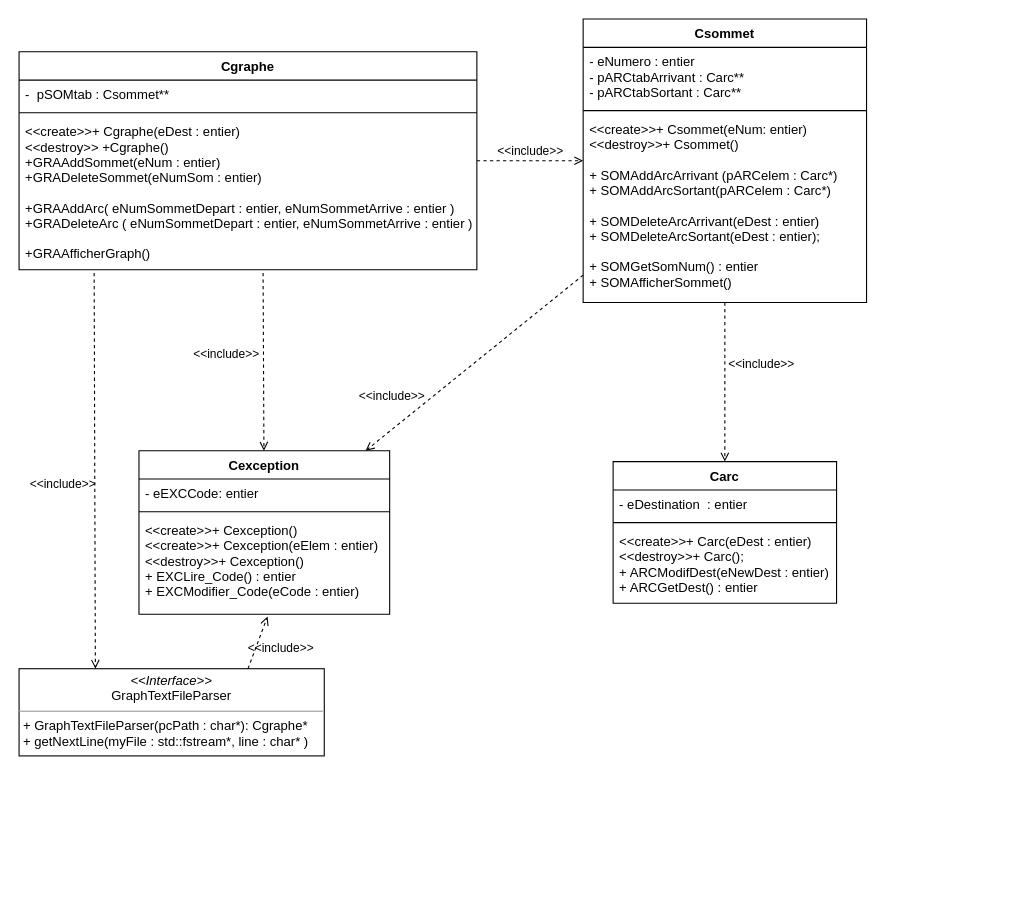
The draw.io diagram ClassDiagram.drawio in Banalian/ProjetTutCppGraphs, before the edit. Source tidied: cells renumbered, new cells numbered last; positions are measured from the earlier drawing's top-left corner, leaving out a move shared by most shapes. Both pictures are drawn from the tidied source at 109%, with x=0, y=0 at pixel (19, 19).
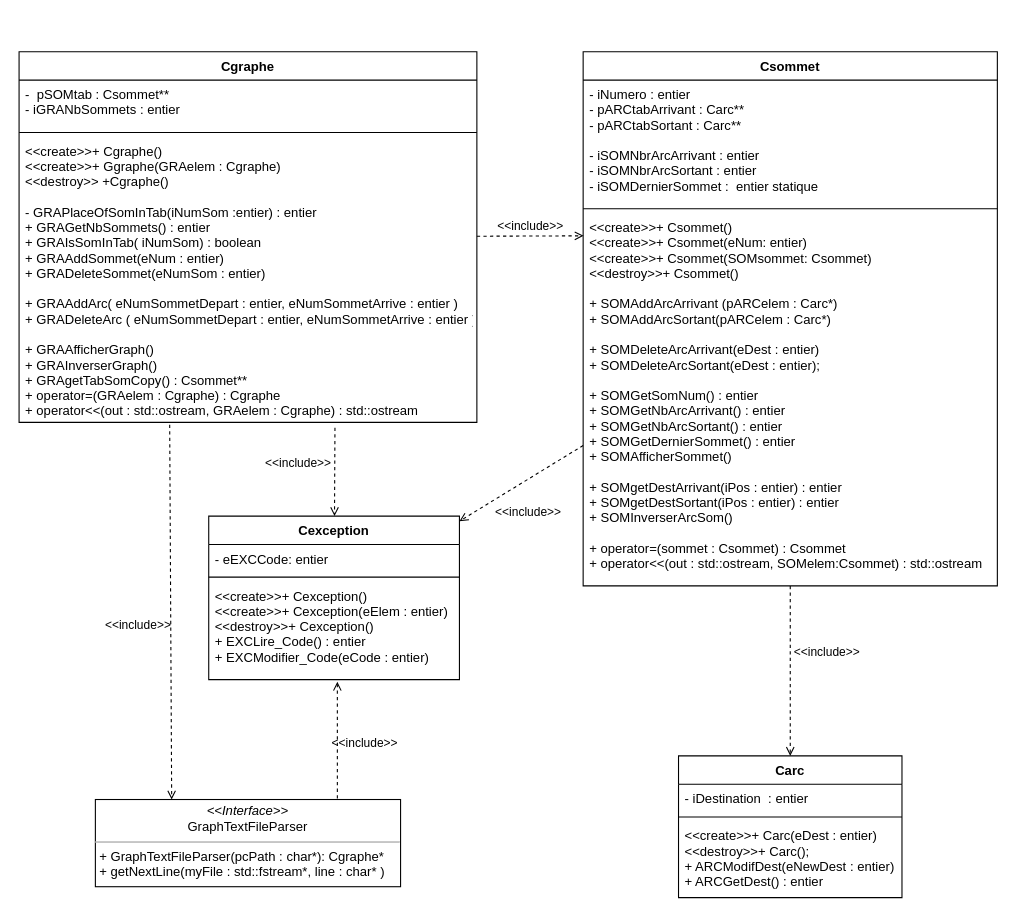
Above is the later version.

Unchanged cells that the change refers to:
```xml
<mxCell id="17" value="&lt;&lt;create&gt;&gt;+ Cexception()&#10;&lt;&lt;create&gt;&gt;+ Cexception(eElem : entier)&#10;&lt;&lt;destroy&gt;&gt;+ Cexception()&#10;+ EXCLire_Code() : entier&#10;+ EXCModifier_Code(eCode : entier)" style="text;strokeColor=none;fillColor=none;align=left;verticalAlign=top;spacingLeft=4;spacingRight=4;overflow=hidden;points=[[0,0.5],[1,0.5]];portConstraint=eastwest;" parent="14" vertex="1">
  <mxGeometry y="60" width="230" height="90" as="geometry" />
</mxCell>
```

The edit, as a diff of the source:
```diff
@@
     <mxCell id="2" value="Cgraphe" style="swimlane;fontStyle=1;align=center;verticalAlign=top;horizontal=1;startSize=26;" parent="1" vertex="1">
-      <mxGeometry y="30" width="420" height="200" as="geometry" />
+      <mxGeometry y="30" width="420" height="340" as="geometry" />
     </mxCell>
-    <mxCell id="3" value="-  pSOMtab : Csommet**" style="text;strokeColor=none;fillColor=none;align=left;verticalAlign=top;spacingLeft=4;spacingRight=4;overflow=hidden;" parent="2" vertex="1">
-      <mxGeometry y="26" width="420" height="26" as="geometry" />
+    <mxCell id="3" value="-  pSOMtab : Csommet**&#10;- iGRANbSommets : entier" style="text;strokeColor=none;fillColor=none;align=left;verticalAlign=top;spacingLeft=4;spacingRight=4;overflow=hidden;" parent="2" vertex="1">
+      <mxGeometry y="26" width="420" height="44" as="geometry" />
     </mxCell>
     <mxCell id="4" style="line;strokeWidth=1;fillColor=none;align=left;verticalAlign=middle;spacingTop=-1;spacingLeft=3;spacingRight=3;labelPosition=right;" parent="2" vertex="1">
-      <mxGeometry y="52" width="420" height="8" as="geometry" />
+      <mxGeometry y="70" width="420" height="8" as="geometry" />
     </mxCell>
-    <mxCell id="5" value="&lt;&lt;create&gt;&gt;+ Cgraphe(eDest : entier)&#10;&lt;&lt;destroy&gt;&gt; +Cgraphe()&#10;+GRAAddSommet(eNum : entier)&#10;+GRADeleteSommet(eNumSom : entier)&#10;&#10;+GRAAddArc( eNumSommetDepart : entier, eNumSommetArrive : entier )&#10;+GRADeleteArc ( eNumSommetDepart : entier, eNumSommetArrive : entier )&#10;&#10;+GRAAfficherGraph()" style="text;strokeColor=none;fillColor=none;align=left;verticalAlign=top;spacingLeft=4;spacingRight=4;overflow=hidden;points=[[0,0.5],[1,0.5]];portConstraint=eastwest;" parent="2" vertex="1">
-      <mxGeometry y="60" width="420" height="140" as="geometry" />
+    <mxCell id="5" value="&lt;&lt;create&gt;&gt;+ Cgraphe()&#10;&lt;&lt;create&gt;&gt;+ Ggraphe(GRAelem : Cgraphe)&#10;&lt;&lt;destroy&gt;&gt; +Cgraphe()&#10;&#10;- GRAPlaceOfSomInTab(iNumSom :entier) : entier&#10;+ GRAGetNbSommets() : entier&#10;+ GRAIsSomInTab( iNumSom) : boolean&#10;+ GRAAddSommet(eNum : entier)&#10;+ GRADeleteSommet(eNumSom : entier)&#10;&#10;+ GRAAddArc( eNumSommetDepart : entier, eNumSommetArrive : entier )&#10;+ GRADeleteArc ( eNumSommetDepart : entier, eNumSommetArrive : entier )&#10;&#10;+ GRAAfficherGraph()&#10;+ GRAInverserGraph()&#10;+ GRAgetTabSomCopy() : Csommet**&#10;+ operator=(GRAelem : Cgraphe) : Cgraphe&#10;+ operator&lt;&lt;(out : std::ostream, GRAelem : Cgraphe) : std::ostream" style="text;strokeColor=none;fillColor=none;align=left;verticalAlign=top;spacingLeft=4;spacingRight=4;overflow=hidden;points=[[0,0.5],[1,0.5]];portConstraint=eastwest;" parent="2" vertex="1">
+      <mxGeometry y="78" width="420" height="262" as="geometry" />
     </mxCell>
     <mxCell id="6" value="Csommet" style="swimlane;fontStyle=1;align=center;verticalAlign=top;horizontal=1;startSize=26;" parent="1" vertex="1">
-      <mxGeometry x="517.5" width="260" height="260" as="geometry" />
+      <mxGeometry x="517.5" y="30" width="380" height="490" as="geometry" />
     </mxCell>
-    <mxCell id="7" value="- eNumero : entier&#10;- pARCtabArrivant : Carc**&#10;- pARCtabSortant : Carc**" style="text;strokeColor=none;fillColor=none;align=left;verticalAlign=top;spacingLeft=4;spacingRight=4;overflow=hidden;" parent="6" vertex="1">
-      <mxGeometry y="26" width="260" height="54" as="geometry" />
+    <mxCell id="7" value="- iNumero : entier&#10;- pARCtabArrivant : Carc**&#10;- pARCtabSortant : Carc**&#10;&#10;- iSOMNbrArcArrivant : entier&#10;- iSOMNbrArcSortant : entier&#10;- iSOMDernierSommet :  entier statique" style="text;strokeColor=none;fillColor=none;align=left;verticalAlign=top;spacingLeft=4;spacingRight=4;overflow=hidden;" parent="6" vertex="1">
+      <mxGeometry y="26" width="380" height="114" as="geometry" />
     </mxCell>
     <mxCell id="8" style="line;strokeWidth=1;fillColor=none;align=left;verticalAlign=middle;spacingTop=-1;spacingLeft=3;spacingRight=3;labelPosition=right;" parent="6" vertex="1">
-      <mxGeometry y="80" width="260" height="8" as="geometry" />
+      <mxGeometry y="140" width="380" height="8" as="geometry" />
     </mxCell>
-    <mxCell id="9" value="&lt;&lt;create&gt;&gt;+ Csommet(eNum: entier)&#10;&lt;&lt;destroy&gt;&gt;+ Csommet()&#10;&#10;+ SOMAddArcArrivant (pARCelem : Carc*)&#10;+ SOMAddArcSortant(pARCelem : Carc*)&#10;&#10;+ SOMDeleteArcArrivant(eDest : entier)&#10;+ SOMDeleteArcSortant(eDest : entier);&#10;&#10;+ SOMGetSomNum() : entier&#10;+ SOMAfficherSommet()" style="text;strokeColor=none;fillColor=none;align=left;verticalAlign=top;spacingLeft=4;spacingRight=4;overflow=hidden;points=[[0,0.5],[1,0.5]];portConstraint=eastwest;" parent="6" vertex="1">
-      <mxGeometry y="88" width="260" height="172" as="geometry" />
+    <mxCell id="9" value="&lt;&lt;create&gt;&gt;+ Csommet()&#10;&lt;&lt;create&gt;&gt;+ Csommet(eNum: entier)&#10;&lt;&lt;create&gt;&gt;+ Csommet(SOMsommet: Csommet)&#10;&lt;&lt;destroy&gt;&gt;+ Csommet()&#10;&#10;+ SOMAddArcArrivant (pARCelem : Carc*)&#10;+ SOMAddArcSortant(pARCelem : Carc*)&#10;&#10;+ SOMDeleteArcArrivant(eDest : entier)&#10;+ SOMDeleteArcSortant(eDest : entier);&#10;&#10;+ SOMGetSomNum() : entier&#10;+ SOMGetNbArcArrivant() : entier&#10;+ SOMGetNbArcSortant() : entier&#10;+ SOMGetDernierSommet() : entier&#10;+ SOMAfficherSommet()&#10;&#10;+ SOMgetDestArrivant(iPos : entier) : entier&#10;+ SOMgetDestSortant(iPos : entier) : entier&#10;+ SOMInverserArcSom()&#10;&#10;+ operator=(sommet : Csommet) : Csommet&#10;+ operator&lt;&lt;(out : std::ostream, SOMelem:Csommet) : std::ostream" style="text;strokeColor=none;fillColor=none;align=left;verticalAlign=top;spacingLeft=4;spacingRight=4;overflow=hidden;points=[[0,0.5],[1,0.5]];portConstraint=eastwest;" parent="6" vertex="1">
+      <mxGeometry y="148" width="380" height="342" as="geometry" />
     </mxCell>
     <mxCell id="10" value="Carc" style="swimlane;fontStyle=1;align=center;verticalAlign=top;horizontal=1;startSize=26;" parent="1" vertex="1">
-      <mxGeometry x="545" y="406" width="205" height="130" as="geometry" />
+      <mxGeometry x="605" y="676" width="205" height="130" as="geometry" />
     </mxCell>
-    <mxCell id="11" value="- eDestination  : entier" style="text;strokeColor=none;fillColor=none;align=left;verticalAlign=top;spacingLeft=4;spacingRight=4;overflow=hidden;" parent="10" vertex="1">
+    <mxCell id="11" value="- iDestination  : entier" style="text;strokeColor=none;fillColor=none;align=left;verticalAlign=top;spacingLeft=4;spacingRight=4;overflow=hidden;" parent="10" vertex="1">
       <mxGeometry y="26" width="205" height="26" as="geometry" />
     </mxCell>
@@
     <mxCell id="14" value="Cexception" style="swimlane;fontStyle=1;align=center;verticalAlign=top;horizontal=1;startSize=26;" parent="1" vertex="1">
-      <mxGeometry x="110" y="396" width="230" height="150" as="geometry" />
+      <mxGeometry x="174" y="456" width="230" height="150" as="geometry" />
     </mxCell>
@@
     <mxCell id="18" value="&amp;lt;&amp;lt;include&amp;gt;&amp;gt;" style="html=1;verticalAlign=bottom;labelBackgroundColor=none;endArrow=open;endFill=0;dashed=1;" parent="1" edge="1" source="6" target="14">
-      <mxGeometry x="0.65" y="-17" relative="1" as="geometry" />
+      <mxGeometry x="0.19" y="33" relative="1" as="geometry" />
     </mxCell>
-    <mxCell id="19" value="&amp;lt;&amp;lt;include&amp;gt;&amp;gt;" style="html=1;verticalAlign=bottom;labelBackgroundColor=none;endArrow=open;endFill=0;dashed=1;exitX=0.533;exitY=1.021;exitDx=0;exitDy=0;exitPerimeter=0;" parent="1" edge="1" source="5" target="14">
+    <mxCell id="19" value="&amp;lt;&amp;lt;include&amp;gt;&amp;gt;" style="html=1;verticalAlign=bottom;labelBackgroundColor=none;endArrow=open;endFill=0;dashed=1;exitX=0.69;exitY=1.019;exitDx=0;exitDy=0;exitPerimeter=0;" parent="1" edge="1" source="5" target="14">
       <mxGeometry x="0.02" y="-34" relative="1" as="geometry" />
     </mxCell>
-    <mxCell id="20" value="&amp;lt;&amp;lt;include&amp;gt;&amp;gt;" style="html=1;verticalAlign=bottom;labelBackgroundColor=none;endArrow=open;endFill=0;dashed=1;" parent="1" edge="1" source="2" target="6">
+    <mxCell id="20" value="&amp;lt;&amp;lt;include&amp;gt;&amp;gt;" style="html=1;verticalAlign=bottom;labelBackgroundColor=none;endArrow=open;endFill=0;dashed=1;entryX=0.001;entryY=0.061;entryDx=0;entryDy=0;entryPerimeter=0;" parent="1" edge="1" source="2" target="9">
       <mxGeometry relative="1" as="geometry" />
     </mxCell>
@@
     <mxCell id="22" value="&lt;p style=&quot;margin: 0px ; margin-top: 4px ; text-align: center&quot;&gt;&lt;i&gt;&amp;lt;&amp;lt;Interface&amp;gt;&amp;gt;&lt;/i&gt;&lt;br&gt;&lt;span style=&quot;text-align: left&quot;&gt;GraphTextFileParser&lt;/span&gt;&lt;br&gt;&lt;/p&gt;&lt;hr size=&quot;1&quot;&gt;&lt;p style=&quot;margin: 0px ; margin-left: 4px&quot;&gt;+ GraphTextFileParser(pcPath : char*): Cgraphe*&lt;br&gt;&lt;/p&gt;&lt;p style=&quot;margin: 0px ; margin-left: 4px&quot;&gt;+ getNextLine(myFile : std::fstream*, line : char* )&lt;/p&gt;" style="verticalAlign=top;align=left;overflow=fill;fontSize=12;fontFamily=Helvetica;html=1;" parent="1" vertex="1">
-      <mxGeometry y="596" width="280" height="80" as="geometry" />
+      <mxGeometry x="70" y="716" width="280" height="80" as="geometry" />
     </mxCell>
-    <mxCell id="23" value="&amp;lt;&amp;lt;include&amp;gt;&amp;gt;" style="html=1;verticalAlign=bottom;labelBackgroundColor=none;endArrow=open;endFill=0;dashed=1;exitX=0.164;exitY=1.021;exitDx=0;exitDy=0;exitPerimeter=0;entryX=0.25;entryY=0;entryDx=0;entryDy=0;" parent="1" edge="1" source="5" target="22">
+    <mxCell id="23" value="&amp;lt;&amp;lt;include&amp;gt;&amp;gt;" style="html=1;verticalAlign=bottom;labelBackgroundColor=none;endArrow=open;endFill=0;dashed=1;exitX=0.329;exitY=1.008;exitDx=0;exitDy=0;exitPerimeter=0;entryX=0.25;entryY=0;entryDx=0;entryDy=0;" parent="1" edge="1" source="5" target="22">
       <mxGeometry x="0.12" y="-30" relative="1" as="geometry" />
     </mxCell>
-    <mxCell id="24" value="&amp;lt;&amp;lt;include&amp;gt;&amp;gt;" style="html=1;verticalAlign=bottom;labelBackgroundColor=none;endArrow=open;endFill=0;dashed=1;exitX=0.75;exitY=0;exitDx=0;exitDy=0;entryX=0.513;entryY=1.022;entryDx=0;entryDy=0;entryPerimeter=0;" parent="1" edge="1" source="22" target="17">
-      <mxGeometry x="-0.22" y="-25" relative="1" as="geometry" />
+    <mxCell id="24" value="&amp;lt;&amp;lt;include&amp;gt;&amp;gt;" style="html=1;verticalAlign=bottom;labelBackgroundColor=none;endArrow=open;endFill=0;dashed=1;entryX=0.513;entryY=1.022;entryDx=0;entryDy=0;entryPerimeter=0;" parent="1" edge="1" target="17">
+      <mxGeometry x="-0.22" y="-25" relative="1" as="geometry">
+        <mxPoint x="292" y="715" as="sourcePoint" />
+      </mxGeometry>
     </mxCell>
```
